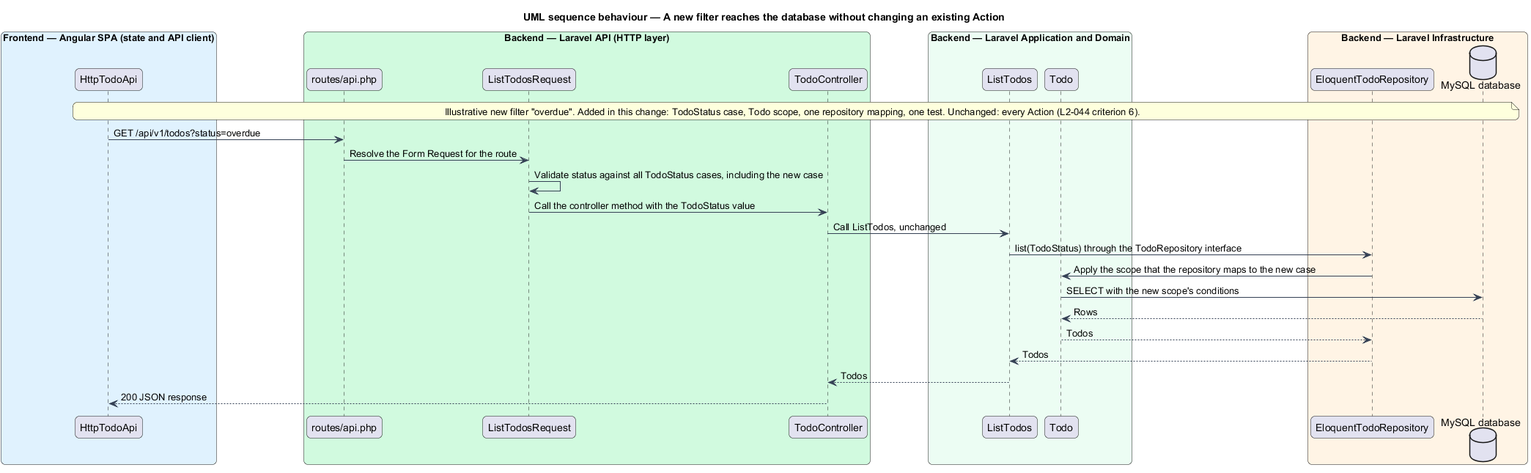
Earlier version of the PlantUML export docs/detailed-designs/architecture/backend-layering/diagrams/sequence-add-filter-open-closed.png (QuinntyneBrown/php-todo-lab). The source it was exported from:
```plantuml
@startuml
title UML sequence behaviour — A new filter reaches the database without changing an existing Action
skinparam backgroundColor #FFFFFF
skinparam shadowing false
skinparam roundcorner 12
skinparam defaultFontName Arial
skinparam ArrowColor #344054
skinparam rectangle {
  BorderColor #344054
  FontColor #101828
}
skinparam package {
  BorderColor #667085
  FontColor #101828
  BackgroundColor #F9FAFB
}
box "Frontend — Angular SPA (state and API client)" #E0F2FE
  participant "HttpTodoApi" as client
end box
box "Backend — Laravel API (HTTP layer)" #D1FADF
  participant "routes/api.php" as routes
  participant "ListTodosRequest" as req
  participant "TodoController" as ctrl
end box
box "Backend — Laravel Application and Domain" #ECFDF3
  participant "ListTodos" as action
  participant "Todo" as model
end box
box "Backend — Laravel Infrastructure" #FFF4E5
  participant "EloquentTodoRepository" as repo
  database "MySQL database" as db
end box
note over client, db : Illustrative new filter "overdue". Added in this change: TodoStatus case, Todo scope, one repository mapping, one test. Unchanged: every Action (L2-044 criterion 6).
client -> routes : GET /api/v1/todos?status=overdue
routes -> req : Resolve the Form Request for the route
req -> req : Validate status against all TodoStatus cases, including the new case
req -> ctrl : Call the controller method with the TodoStatus value
ctrl -> action : Call ListTodos, unchanged
action -> repo : list(TodoStatus) through the TodoRepository interface
repo -> model : Apply the scope that the repository maps to the new case
model -> db : SELECT with the new scope's conditions
db --> model : Rows
model --> repo : Todos
repo --> action : Todos
action --> ctrl : Todos
ctrl --> client : 200 JSON response
@enduml
```
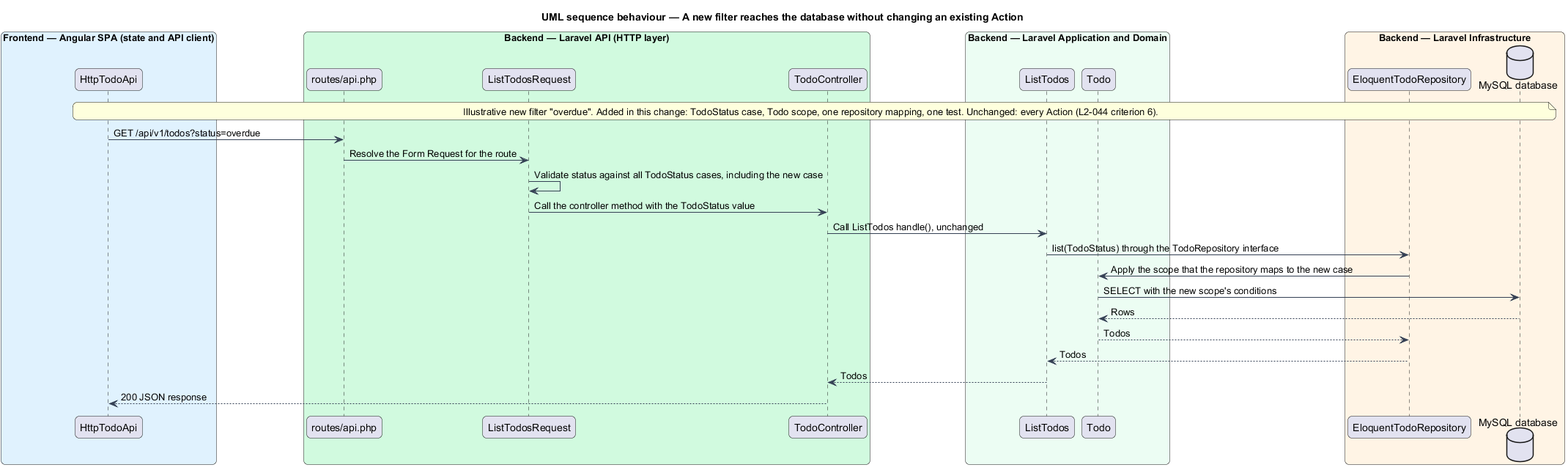
Later version of the same file.

Diff of the diagram source:
```diff
@@ -35,7 +35,7 @@
 routes -> req : Resolve the Form Request for the route
 req -> req : Validate status against all TodoStatus cases, including the new case
 req -> ctrl : Call the controller method with the TodoStatus value
-ctrl -> action : Call ListTodos, unchanged
+ctrl -> action : Call ListTodos handle(), unchanged
 action -> repo : list(TodoStatus) through the TodoRepository interface
 repo -> model : Apply the scope that the repository maps to the new case
 model -> db : SELECT with the new scope's conditions
```
